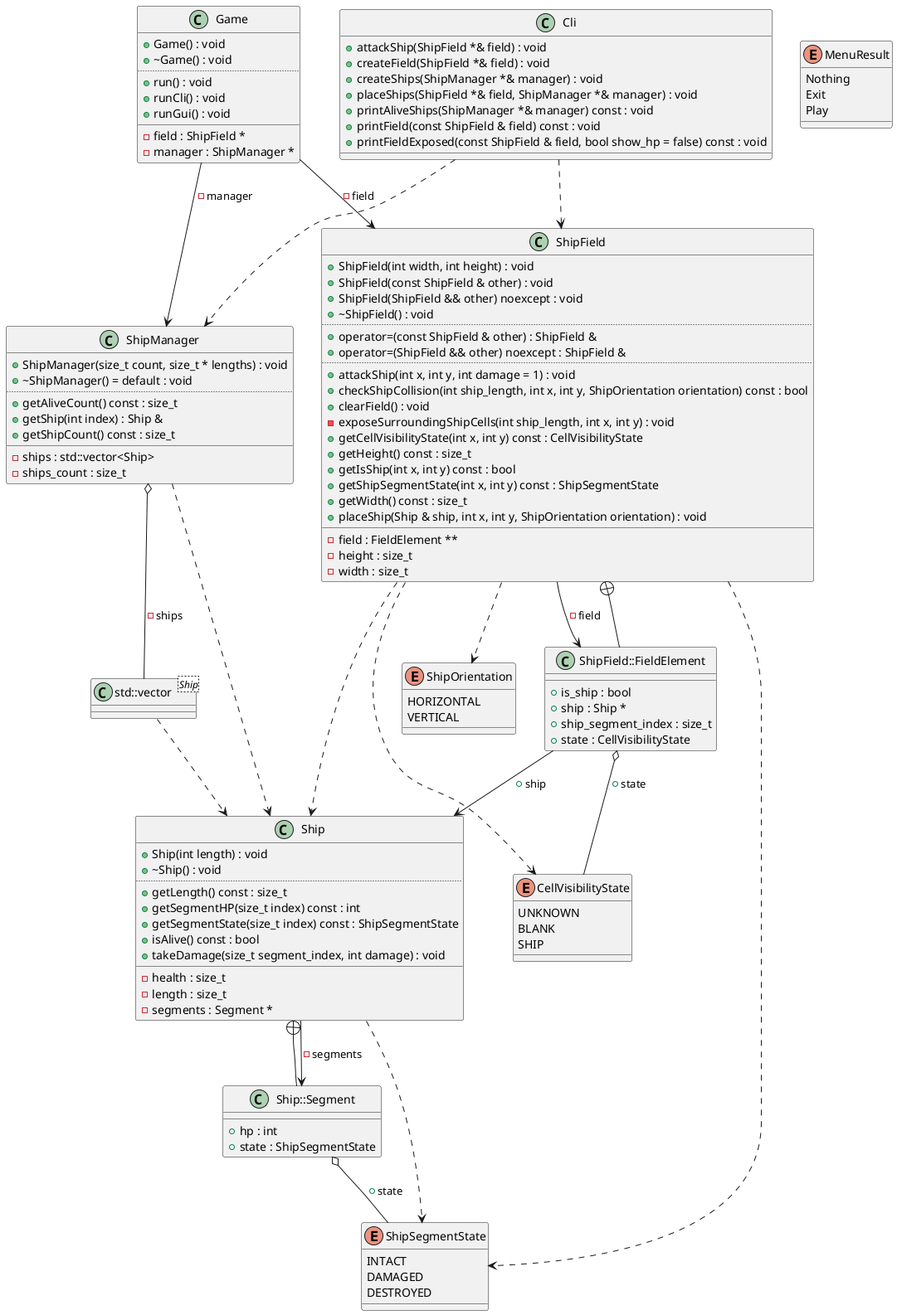
Before: diagrams/Game.png, a diagram exported from PlantUML (Rennelv/ships).
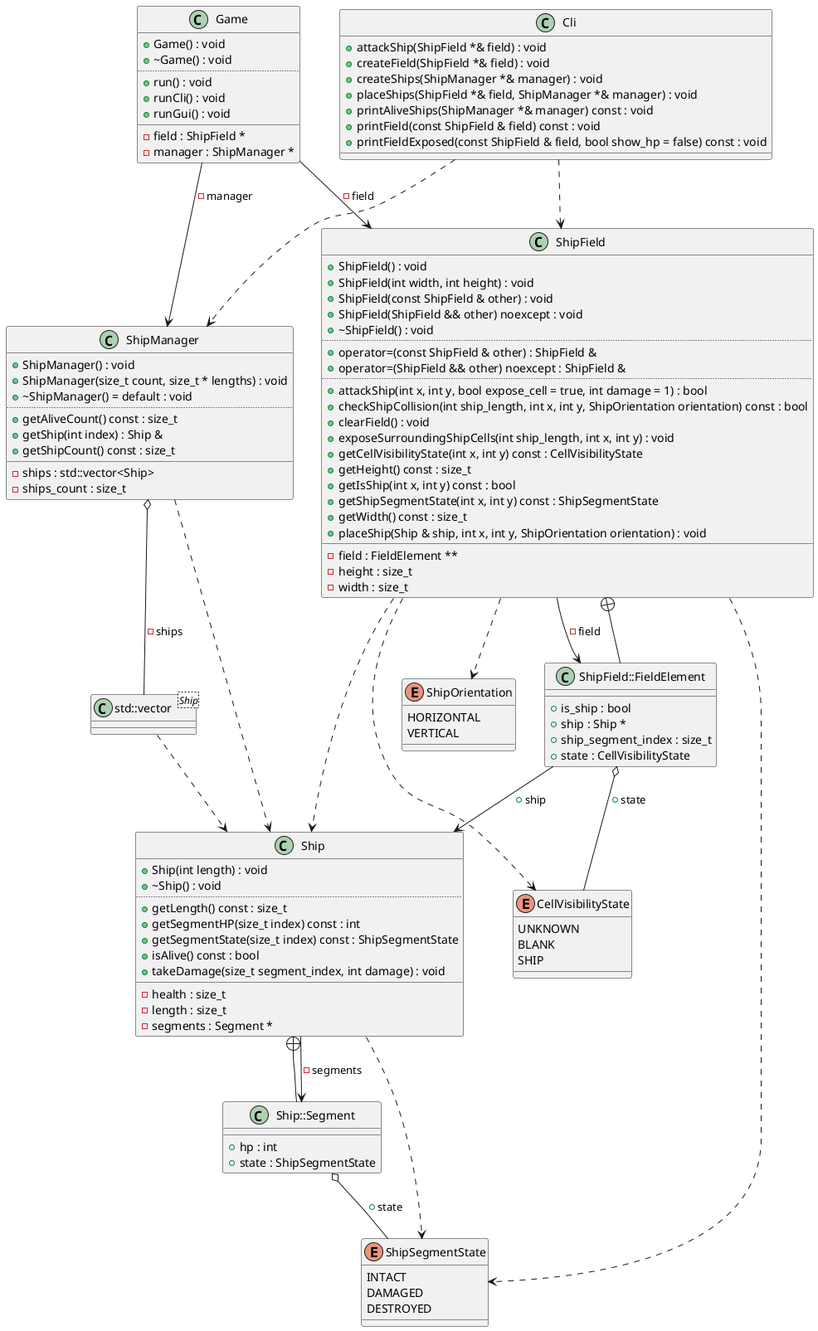
After the change.

Diff of the diagram source:
```diff
@@ -19,12 +19,6 @@
 UNKNOWN
 BLANK
 SHIP
-}
-enum "MenuResult" as C_0000336692914646176741
-enum C_0000336692914646176741 {
-Nothing
-Exit
-Play
 }
 class "Ship" as C_0014529657433315016423
 class C_0014529657433315016423 {
@@ -49,6 +43,7 @@
 }
 class "ShipField" as C_0003843296779074973901
 class C_0003843296779074973901 {
++ShipField() : void
 +ShipField(int width, int height) : void
 +ShipField(const ShipField & other) : void
 +ShipField(ShipField && other) noexcept : void
@@ -57,10 +52,10 @@
 +operator=(const ShipField & other) : ShipField &
 +operator=(ShipField && other) noexcept : ShipField &
 ..
-+attackShip(int x, int y, int damage = 1) : void
++attackShip(int x, int y, bool expose_cell = true, int damage = 1) : bool
 +checkShipCollision(int ship_length, int x, int y, ShipOrientation orientation) const : bool
 +clearField() : void
--exposeSurroundingShipCells(int ship_length, int x, int y) : void
++exposeSurroundingShipCells(int ship_length, int x, int y) : void
 +getCellVisibilityState(int x, int y) const : CellVisibilityState
 +getHeight() const : size_t
 +getIsShip(int x, int y) const : bool
@@ -82,6 +77,7 @@
 }
 class "ShipManager" as C_0017499122254539489506
 class C_0017499122254539489506 {
++ShipManager() : void
 +ShipManager(size_t count, size_t * lengths) : void
 +~ShipManager() = default : void
 ..
```
